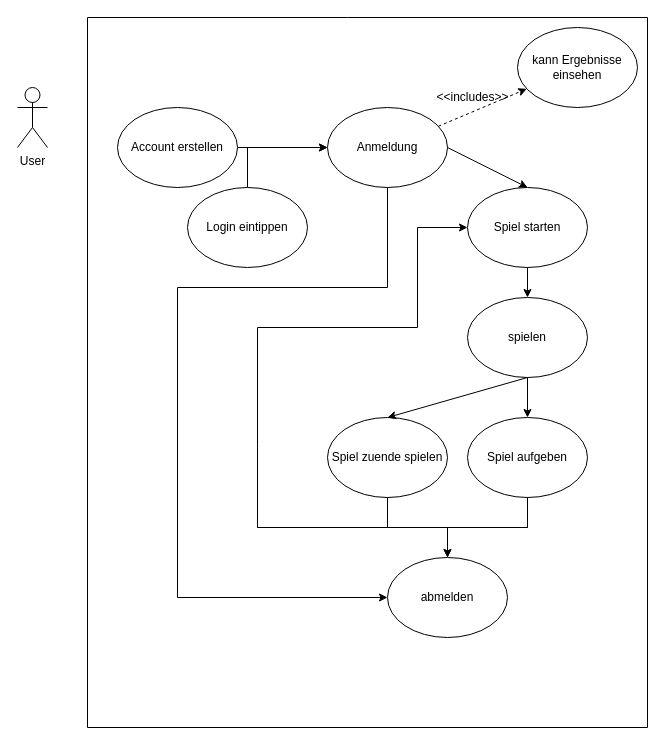
This is page "Use Case" (2 of 3) of Konzepte.drawio from ChroniclesOfTheRedeemed/VierGewinntLernFeld12, a draw.io file, before an edit. Source tidied: cells renumbered, new cells numbered last; positions are measured from the earlier drawing's top-left corner, leaving out a move shared by most shapes. Both pictures are drawn from the tidied source at 100%, with x=0, y=0 at pixel (17, 17).
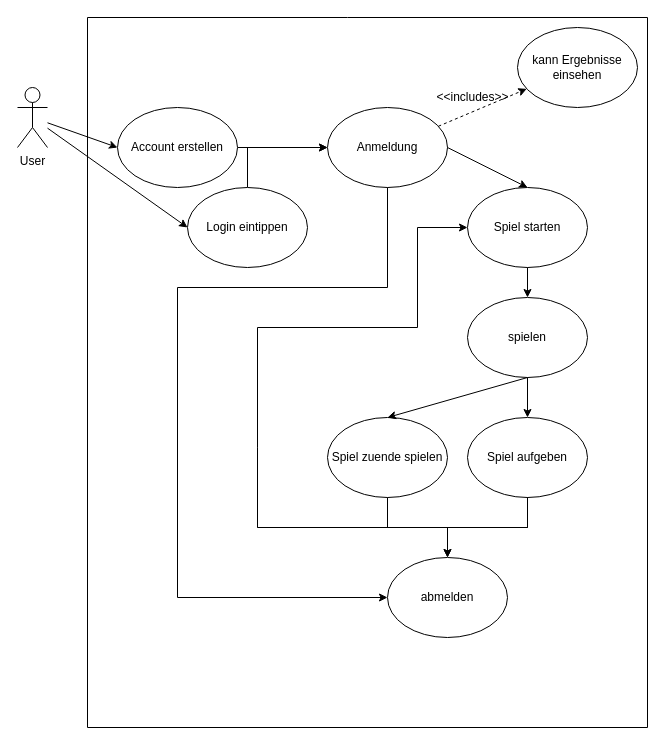
The same diagram, later.

The change refers to these unchanged cells:
```xml
<mxCell id="2" value="User" style="shape=umlActor;verticalLabelPosition=bottom;verticalAlign=top;html=1;outlineConnect=0;" parent="1" vertex="1">
  <mxGeometry y="70" width="30" height="60" as="geometry" />
</mxCell>
<mxCell id="6" value="Account erstellen" style="ellipse;whiteSpace=wrap;html=1;" parent="1" vertex="1">
  <mxGeometry x="100" y="90" width="120" height="80" as="geometry" />
</mxCell>
<mxCell id="8" value="Login eintippen" style="ellipse;whiteSpace=wrap;html=1;" parent="1" vertex="1">
  <mxGeometry x="170" y="170" width="120" height="80" as="geometry" />
</mxCell>
```

What changed in the source:
```diff
@@
+    <mxCell id="30" style="endArrow=classic;html=1;rounded=0;entryX=0;entryY=0.5;entryDx=0;entryDy=0;" parent="1" edge="1" source="2" target="6">
+      <mxGeometry relative="1" as="geometry" />
+    </mxCell>
+    <mxCell id="31" style="endArrow=classic;html=1;rounded=0;entryX=0;entryY=0.5;entryDx=0;entryDy=0;" parent="1" edge="1" source="2" target="8">
+      <mxGeometry relative="1" as="geometry" />
+    </mxCell>
```
